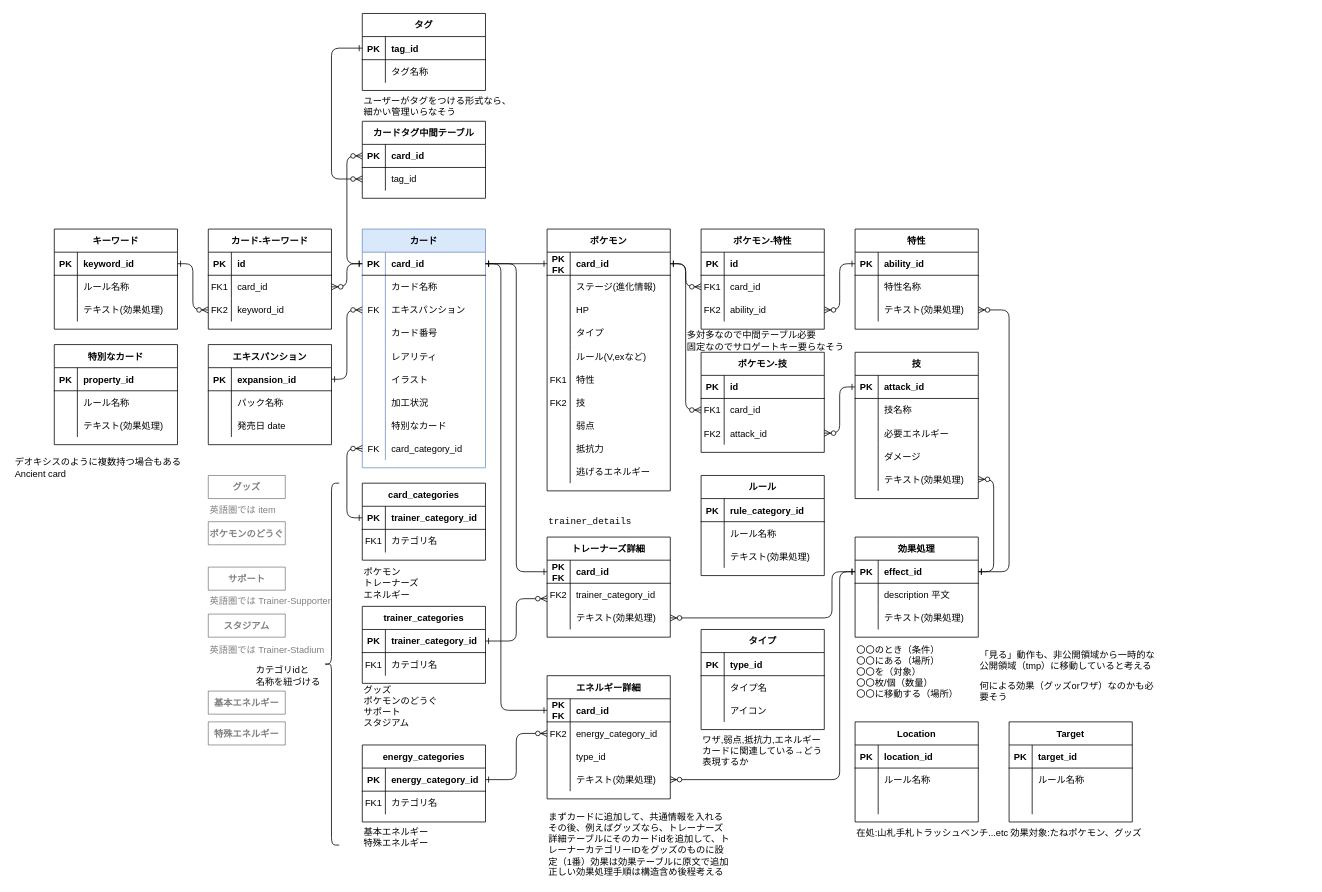
Above: page "ER図ver2" (4 of 11) of データベース草案.drawio in tinatamago/ptcg (draw.io), before the change. Source tidied: cells renumbered, new cells numbered last; positions are measured from the earlier drawing's top-left corner, leaving out a move shared by most shapes. Both pictures are drawn from the tidied source at 77%, with x=0, y=0 at pixel (13, 13).
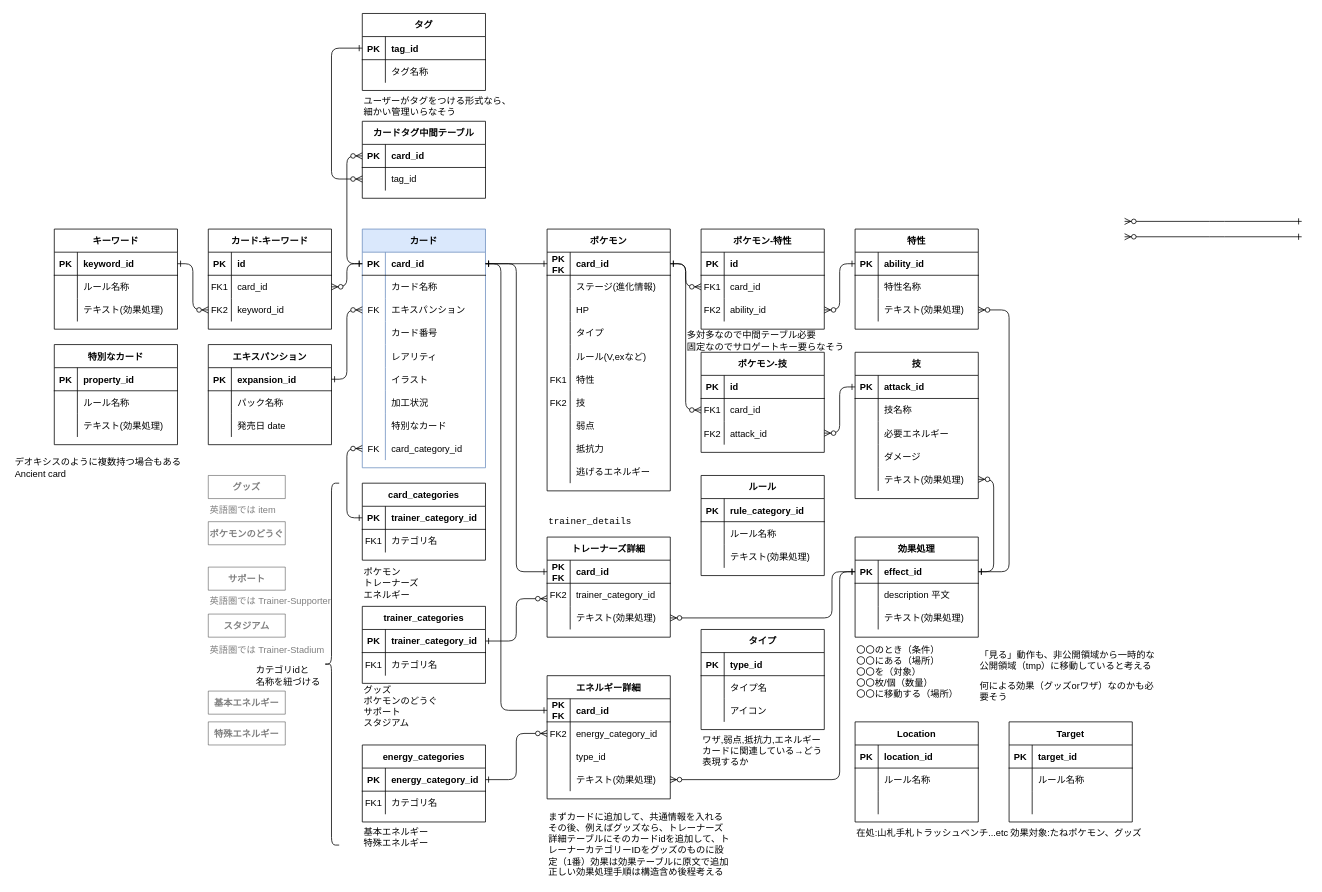
The same page after the edit.

What changed in the source:
```diff
@@
+    <mxCell id="299" style="edgeStyle=orthogonalEdgeStyle;endArrow=ERzeroToMany;startArrow=ERone;endFill=1;startFill=0;rounded=1;" parent="1" edge="1">
+      <mxGeometry relative="1" as="geometry">
+        <mxPoint x="1673" y="270" as="sourcePoint" />
+        <mxPoint x="1443" y="270" as="targetPoint" />
+        <Array as="points">
+          <mxPoint x="1563" y="270" />
+          <mxPoint x="1563" y="270" />
+        </Array>
+      </mxGeometry>
+    </mxCell>
+    <mxCell id="300" style="edgeStyle=orthogonalEdgeStyle;endArrow=ERzeroToMany;startArrow=ERone;endFill=1;startFill=0;rounded=1;" parent="1" edge="1">
+      <mxGeometry relative="1" as="geometry">
+        <mxPoint x="1673" y="290" as="sourcePoint" />
+        <mxPoint x="1443" y="290" as="targetPoint" />
+        <Array as="points">
+          <mxPoint x="1563" y="290" />
+          <mxPoint x="1563" y="290" />
+        </Array>
+      </mxGeometry>
+    </mxCell>
```
